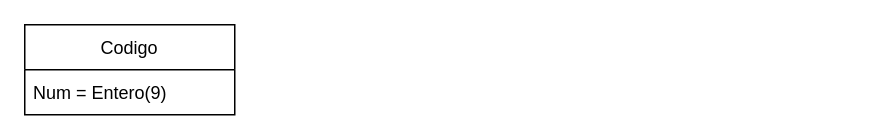
SandovalAlexis/Sistema-De-Venta-Diagrama keeps this draw.io diagram as Diagrama sin título.drawio. Above is the earlier version. Source tidied: cells renumbered, new cells numbered last; positions are measured from the earlier drawing's top-left corner, leaving out a move shared by most shapes. Both pictures are drawn from the tidied source at 150%, with x=0, y=0 at pixel (24, 24).
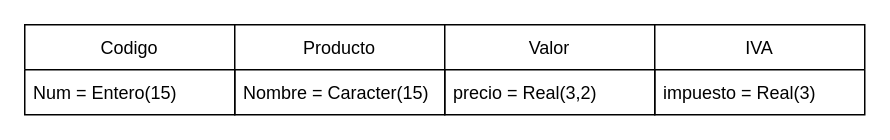
Above is the later version.

The edit, as a diff of the source:
```diff
@@
 <mxGraphModel>
   <root>
     <mxCell id="0" />
     <mxCell id="1" parent="0" />
     <mxCell id="2" value="Codigo" style="swimlane;fontStyle=0;horizontal=1;startSize=30;" parent="1" vertex="1">
       <mxGeometry width="140" height="60" as="geometry" />
     </mxCell>
-    <mxCell id="3" value="Num = Entero(9)" style="text;strokeColor=none;fillColor=none;align=left;verticalAlign=middle;spacingLeft=4;spacingRight=4;overflow=hidden;" parent="2" vertex="1">
+    <mxCell id="3" value="Num = Entero(15)" style="text;strokeColor=none;fillColor=none;align=left;verticalAlign=middle;spacingLeft=4;spacingRight=4;overflow=hidden;" parent="2" vertex="1">
       <mxGeometry y="30" width="140" height="30" as="geometry" />
     </mxCell>
+    <mxCell id="4" value="Producto" style="swimlane;fontStyle=0;horizontal=1;startSize=30;" parent="1" vertex="1">
+      <mxGeometry x="140" width="140" height="60" as="geometry" />
+    </mxCell>
+    <mxCell id="5" value="Nombre = Caracter(15)" style="text;strokeColor=none;fillColor=none;align=left;verticalAlign=middle;spacingLeft=4;spacingRight=4;overflow=hidden;" parent="4" vertex="1">
+      <mxGeometry y="30" width="140" height="30" as="geometry" />
+    </mxCell>
+    <mxCell id="6" value="Valor" style="swimlane;fontStyle=0;horizontal=1;startSize=30;" parent="1" vertex="1">
+      <mxGeometry x="280" width="140" height="60" as="geometry" />
+    </mxCell>
+    <mxCell id="7" value="precio = Real(3,2)" style="text;strokeColor=none;fillColor=none;align=left;verticalAlign=middle;spacingLeft=4;spacingRight=4;overflow=hidden;" parent="6" vertex="1">
+      <mxGeometry y="30" width="140" height="30" as="geometry" />
+    </mxCell>
+    <mxCell id="8" value="IVA" style="swimlane;fontStyle=0;horizontal=1;startSize=30;" parent="1" vertex="1">
+      <mxGeometry x="420" width="140" height="60" as="geometry" />
+    </mxCell>
+    <mxCell id="9" value="impuesto = Real(3)" style="text;strokeColor=none;fillColor=none;align=left;verticalAlign=middle;spacingLeft=4;spacingRight=4;overflow=hidden;" parent="8" vertex="1">
+      <mxGeometry y="30" width="140" height="30" as="geometry" />
+    </mxCell>
   </root>
 </mxGraphModel>
```
